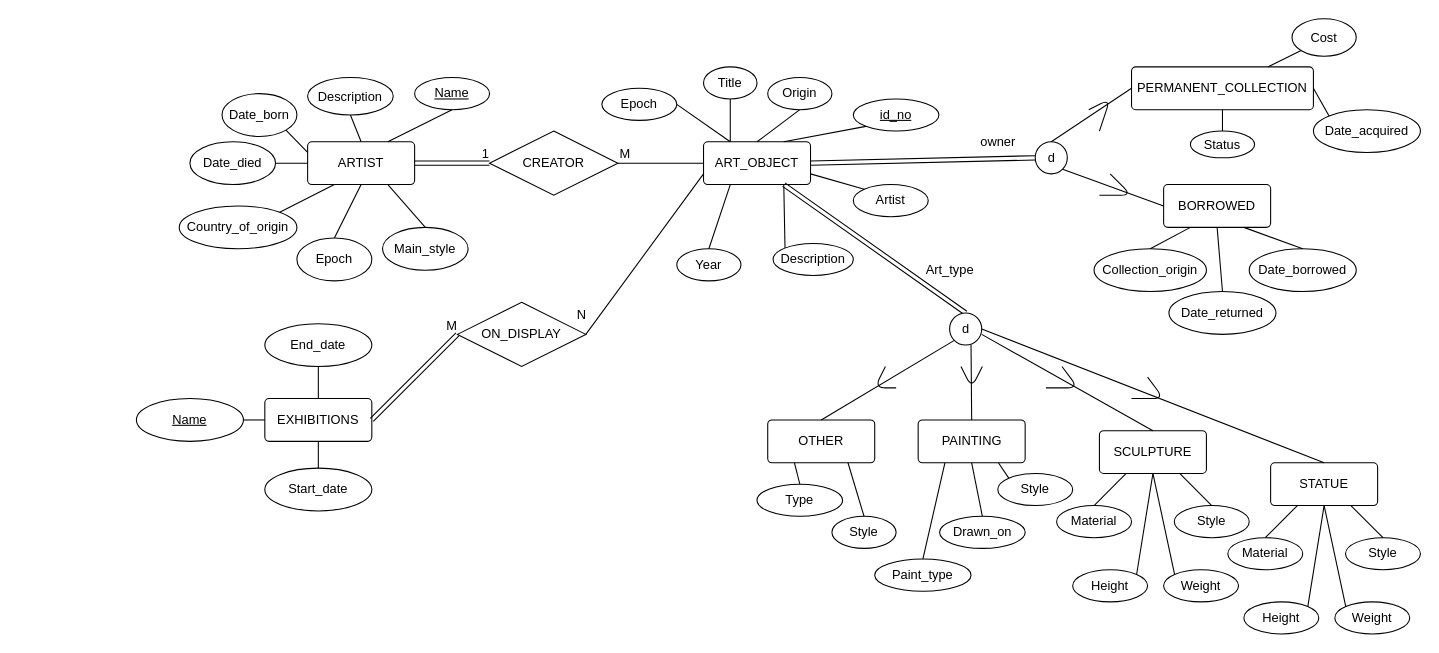
Before: musemEER.drawio in aryan-karadia/Museum-SQL-Project, a draw.io diagram. Source tidied: cells renumbered, new cells numbered last; positions are measured from the earlier drawing's top-left corner, leaving out a move shared by most shapes. Both pictures are drawn from the tidied source at 107%, with x=0, y=0 at pixel (136, 18).
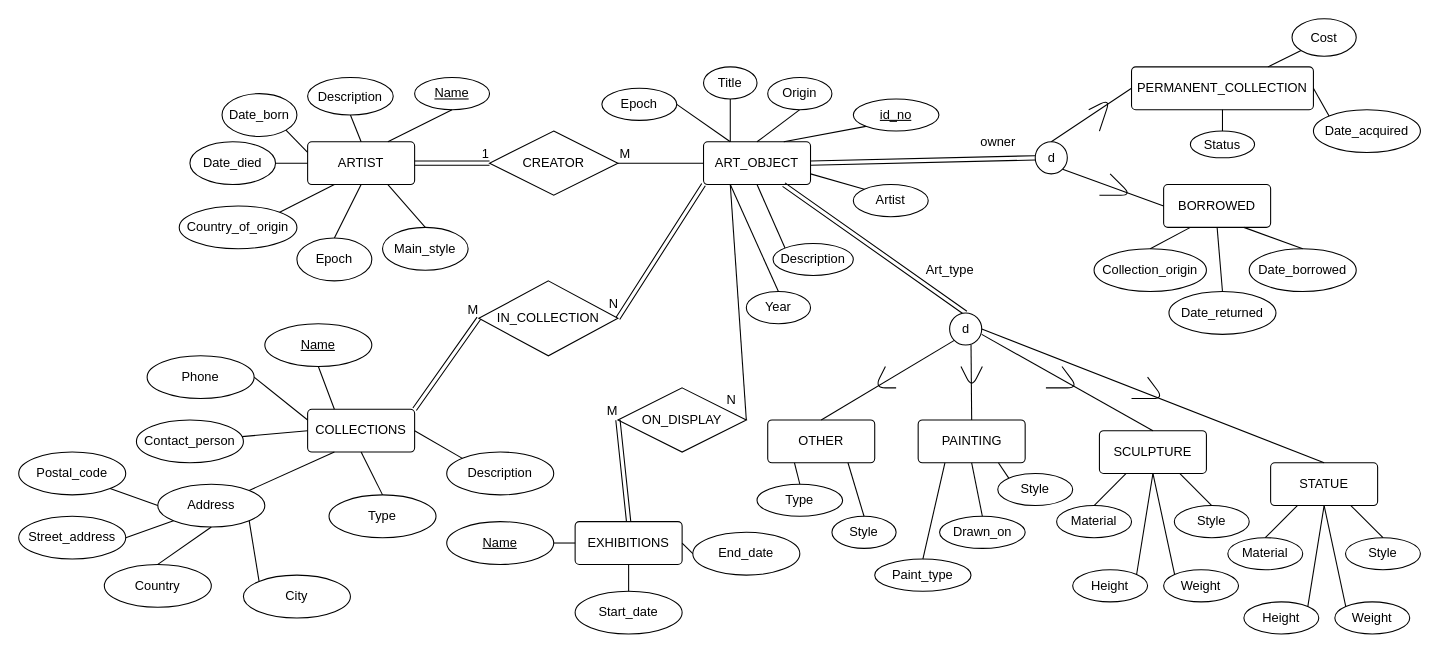
The same diagram, later.

Commit message:
Collections entity and relationship

Unchanged cells that the change refers to:
```xml
<mxCell id="2" value="ART_OBJECT" style="rounded=1;arcSize=10;whiteSpace=wrap;html=1;align=center;" parent="1" vertex="1">
  <mxGeometry x="530" y="115" width="100" height="40" as="geometry" />
</mxCell>
<mxCell id="7" value="Description" style="ellipse;whiteSpace=wrap;html=1;align=center;" parent="1" vertex="1">
  <mxGeometry x="595" y="210" width="75" height="30" as="geometry" />
</mxCell>
```

Change to the diagram source:
```diff
@@
     <mxCell id="6" value="Year" style="ellipse;whiteSpace=wrap;html=1;align=center;" parent="1" vertex="1">
-      <mxGeometry x="505" y="215" width="60" height="30" as="geometry" />
+      <mxGeometry x="570" y="255" width="60" height="30" as="geometry" />
     </mxCell>
@@
-    <mxCell id="12" style="endArrow=none;html=1;rounded=0;exitX=0;exitY=0;exitDx=0;exitDy=0;entryX=0.75;entryY=1;entryDx=0;entryDy=0;" parent="1" edge="1" source="7" target="2">
+    <mxCell id="12" style="endArrow=none;html=1;rounded=0;exitX=0;exitY=0;exitDx=0;exitDy=0;entryX=0.5;entryY=1;entryDx=0;entryDy=0;" parent="1" edge="1" source="7" target="2">
       <mxGeometry relative="1" as="geometry" />
     </mxCell>
@@
     <mxCell id="101" value="EXHIBITIONS" style="rounded=1;arcSize=10;whiteSpace=wrap;html=1;align=center;" parent="1" vertex="1">
-      <mxGeometry x="120" y="355" width="100" height="40" as="geometry" />
+      <mxGeometry x="410" y="470" width="100" height="40" as="geometry" />
     </mxCell>
     <mxCell id="102" value="Name" style="ellipse;whiteSpace=wrap;html=1;align=center;fontStyle=4;" parent="1" vertex="1">
-      <mxGeometry y="355" width="100" height="40" as="geometry" />
+      <mxGeometry x="290" y="470" width="100" height="40" as="geometry" />
     </mxCell>
     <mxCell id="103" value="Start_date" style="ellipse;whiteSpace=wrap;html=1;align=center;" parent="1" vertex="1">
-      <mxGeometry x="120" y="420" width="100" height="40" as="geometry" />
+      <mxGeometry x="410" y="535" width="100" height="40" as="geometry" />
     </mxCell>
     <mxCell id="104" value="End_date" style="ellipse;whiteSpace=wrap;html=1;align=center;" parent="1" vertex="1">
-      <mxGeometry x="120" y="285" width="100" height="40" as="geometry" />
+      <mxGeometry x="520" y="480" width="100" height="40" as="geometry" />
     </mxCell>
-    <mxCell id="105" style="endArrow=none;html=1;rounded=0;exitX=0.5;exitY=0;exitDx=0;exitDy=0;entryX=0.5;entryY=1;entryDx=0;entryDy=0;" parent="1" edge="1" source="101" target="104">
-      <mxGeometry relative="1" as="geometry" />
+    <mxCell id="105" style="endArrow=none;html=1;rounded=0;entryX=0;entryY=0.5;entryDx=0;entryDy=0;" parent="1" edge="1" target="104">
+      <mxGeometry relative="1" as="geometry">
+        <mxPoint x="510" y="490" as="sourcePoint" />
+      </mxGeometry>
     </mxCell>
     <mxCell id="106" style="endArrow=none;html=1;rounded=0;" parent="1" edge="1">
       <mxGeometry relative="1" as="geometry">
-        <mxPoint x="100" y="375" as="sourcePoint" />
-        <mxPoint x="120" y="375" as="targetPoint" />
+        <mxPoint x="390" y="490" as="sourcePoint" />
+        <mxPoint x="410" y="490" as="targetPoint" />
       </mxGeometry>
     </mxCell>
@@
     <mxCell id="108" value="ON_DISPLAY" style="shape=rhombus;perimeter=rhombusPerimeter;whiteSpace=wrap;html=1;align=center;" parent="1" vertex="1">
-      <mxGeometry x="300" y="265" width="120" height="60" as="geometry" />
+      <mxGeometry x="450" y="345" width="120" height="60" as="geometry" />
     </mxCell>
-    <mxCell id="109" style="shape=link;html=1;rounded=0;exitX=1;exitY=0.5;exitDx=0;exitDy=0;entryX=0;entryY=0.5;entryDx=0;entryDy=0;" parent="1" edge="1" source="101" target="108">
+    <mxCell id="109" style="shape=link;html=1;rounded=0;exitX=0.5;exitY=0;exitDx=0;exitDy=0;entryX=0;entryY=0.5;entryDx=0;entryDy=0;" parent="1" edge="1" source="101" target="108">
       <mxGeometry relative="1" as="geometry" />
     </mxCell>
@@
-    <mxCell id="111" style="endArrow=none;html=1;rounded=0;exitX=1;exitY=0.5;exitDx=0;exitDy=0;entryX=0;entryY=0.75;entryDx=0;entryDy=0;" parent="1" edge="1" source="108" target="2">
+    <mxCell id="111" style="endArrow=none;html=1;rounded=0;exitX=1;exitY=0.5;exitDx=0;exitDy=0;entryX=0.25;entryY=1;entryDx=0;entryDy=0;" parent="1" edge="1" source="108" target="2">
       <mxGeometry relative="1" as="geometry" />
     </mxCell>
     <mxCell id="112" value="N" style="html=1;align=left;verticalAlign=bottom;" parent="111" vertex="1">
       <mxGeometry x="-1" relative="1" as="geometry">
-        <mxPoint x="-10" y="-10" as="offset" />
+        <mxPoint x="-20" y="-10" as="offset" />
       </mxGeometry>
     </mxCell>
@@
+    <mxCell id="115" value="COLLECTIONS" style="rounded=1;arcSize=10;whiteSpace=wrap;html=1;align=center;" parent="1" vertex="1">
+      <mxGeometry x="160" y="365" width="100" height="40" as="geometry" />
+    </mxCell>
+    <mxCell id="116" value="Name" style="ellipse;whiteSpace=wrap;html=1;align=center;fontStyle=4;" parent="1" vertex="1">
+      <mxGeometry x="120" y="285" width="100" height="40" as="geometry" />
+    </mxCell>
+    <mxCell id="117" style="endArrow=none;html=1;rounded=0;exitX=0.5;exitY=1;exitDx=0;exitDy=0;entryX=0.25;entryY=0;entryDx=0;entryDy=0;" parent="1" edge="1" source="116" target="115">
+      <mxGeometry relative="1" as="geometry" />
+    </mxCell>
+    <mxCell id="118" value="Type" style="ellipse;whiteSpace=wrap;html=1;align=center;" parent="1" vertex="1">
+      <mxGeometry x="180" y="445" width="100" height="40" as="geometry" />
+    </mxCell>
+    <mxCell id="119" value="Description" style="ellipse;whiteSpace=wrap;html=1;align=center;" parent="1" vertex="1">
+      <mxGeometry x="290" y="405" width="100" height="40" as="geometry" />
+    </mxCell>
+    <mxCell id="120" value="Address" style="ellipse;whiteSpace=wrap;html=1;align=center;" parent="1" vertex="1">
+      <mxGeometry x="20" y="435" width="100" height="40" as="geometry" />
+    </mxCell>
+    <mxCell id="121" value="Phone" style="ellipse;whiteSpace=wrap;html=1;align=center;" parent="1" vertex="1">
+      <mxGeometry x="10" y="315" width="100" height="40" as="geometry" />
+    </mxCell>
+    <mxCell id="122" value="Contact_person" style="ellipse;whiteSpace=wrap;html=1;align=center;" parent="1" vertex="1">
+      <mxGeometry y="375" width="100" height="40" as="geometry" />
+    </mxCell>
+    <mxCell id="123" value="Street_address" style="ellipse;whiteSpace=wrap;html=1;align=center;" parent="1" vertex="1">
+      <mxGeometry x="-110" y="465" width="100" height="40" as="geometry" />
+    </mxCell>
+    <mxCell id="124" value="City" style="ellipse;whiteSpace=wrap;html=1;align=center;" parent="1" vertex="1">
+      <mxGeometry x="100" y="520" width="100" height="40" as="geometry" />
+    </mxCell>
+    <mxCell id="125" value="Country" style="ellipse;whiteSpace=wrap;html=1;align=center;" parent="1" vertex="1">
+      <mxGeometry x="-30" y="510" width="100" height="40" as="geometry" />
+    </mxCell>
+    <mxCell id="126" value="Postal_code" style="ellipse;whiteSpace=wrap;html=1;align=center;" parent="1" vertex="1">
+      <mxGeometry x="-110" y="405" width="100" height="40" as="geometry" />
+    </mxCell>
+    <mxCell id="127" style="endArrow=none;html=1;rounded=0;exitX=1;exitY=1;exitDx=0;exitDy=0;entryX=0;entryY=0.5;entryDx=0;entryDy=0;" parent="1" edge="1" source="126" target="120">
+      <mxGeometry relative="1" as="geometry" />
+    </mxCell>
+    <mxCell id="128" style="endArrow=none;html=1;rounded=0;exitX=1;exitY=0.5;exitDx=0;exitDy=0;entryX=0;entryY=1;entryDx=0;entryDy=0;" parent="1" edge="1" source="123" target="120">
+      <mxGeometry relative="1" as="geometry" />
+    </mxCell>
+    <mxCell id="129" style="endArrow=none;html=1;rounded=0;exitX=0.5;exitY=0;exitDx=0;exitDy=0;entryX=0.5;entryY=1;entryDx=0;entryDy=0;" parent="1" edge="1" source="125" target="120">
+      <mxGeometry relative="1" as="geometry" />
+    </mxCell>
+    <mxCell id="130" style="endArrow=none;html=1;rounded=0;exitX=0;exitY=0;exitDx=0;exitDy=0;entryX=1;entryY=1;entryDx=0;entryDy=0;" parent="1" edge="1" source="124" target="120">
+      <mxGeometry relative="1" as="geometry" />
+    </mxCell>
+    <mxCell id="131" style="endArrow=none;html=1;rounded=0;exitX=1;exitY=0;exitDx=0;exitDy=0;entryX=0.25;entryY=1;entryDx=0;entryDy=0;" parent="1" edge="1" source="120" target="115">
+      <mxGeometry relative="1" as="geometry" />
+    </mxCell>
+    <mxCell id="132" style="endArrow=none;html=1;rounded=0;exitX=0.5;exitY=0;exitDx=0;exitDy=0;entryX=0.5;entryY=1;entryDx=0;entryDy=0;" parent="1" edge="1" source="118" target="115">
+      <mxGeometry relative="1" as="geometry" />
+    </mxCell>
+    <mxCell id="133" style="endArrow=none;html=1;rounded=0;exitX=1;exitY=0.5;exitDx=0;exitDy=0;entryX=0;entryY=0;entryDx=0;entryDy=0;" parent="1" edge="1" source="115" target="119">
+      <mxGeometry relative="1" as="geometry" />
+    </mxCell>
+    <mxCell id="134" style="endArrow=none;html=1;rounded=0;exitX=1;exitY=0.5;exitDx=0;exitDy=0;entryX=0;entryY=0.25;entryDx=0;entryDy=0;" parent="1" edge="1" source="121" target="115">
+      <mxGeometry relative="1" as="geometry" />
+    </mxCell>
+    <mxCell id="135" style="endArrow=none;html=1;rounded=0;entryX=0;entryY=0.5;entryDx=0;entryDy=0;" parent="1" edge="1" source="122" target="115">
+      <mxGeometry relative="1" as="geometry" />
+    </mxCell>
+    <mxCell id="136" value="IN_COLLECTION" style="shape=rhombus;perimeter=rhombusPerimeter;whiteSpace=wrap;html=1;align=center;" parent="1" vertex="1">
+      <mxGeometry x="320" y="245" width="130" height="70" as="geometry" />
+    </mxCell>
+    <mxCell id="137" style="shape=link;html=1;rounded=0;exitX=1;exitY=0;exitDx=0;exitDy=0;entryX=0;entryY=0.5;entryDx=0;entryDy=0;" parent="1" edge="1" source="115" target="136">
+      <mxGeometry relative="1" as="geometry" />
+    </mxCell>
+    <mxCell id="138" value="M" style="html=1;align=right;verticalAlign=bottom;" parent="137" vertex="1">
+      <mxGeometry x="1" relative="1" as="geometry" />
+    </mxCell>
+    <mxCell id="139" style="shape=link;html=1;rounded=0;exitX=1;exitY=0.5;exitDx=0;exitDy=0;entryX=0;entryY=1;entryDx=0;entryDy=0;" parent="1" edge="1" source="136" target="2">
+      <mxGeometry relative="1" as="geometry" />
+    </mxCell>
+    <mxCell id="140" value="N" style="html=1;align=left;verticalAlign=bottom;" parent="139" vertex="1">
+      <mxGeometry x="-1" relative="1" as="geometry">
+        <mxPoint x="-10" y="-5" as="offset" />
+      </mxGeometry>
+    </mxCell>
```
